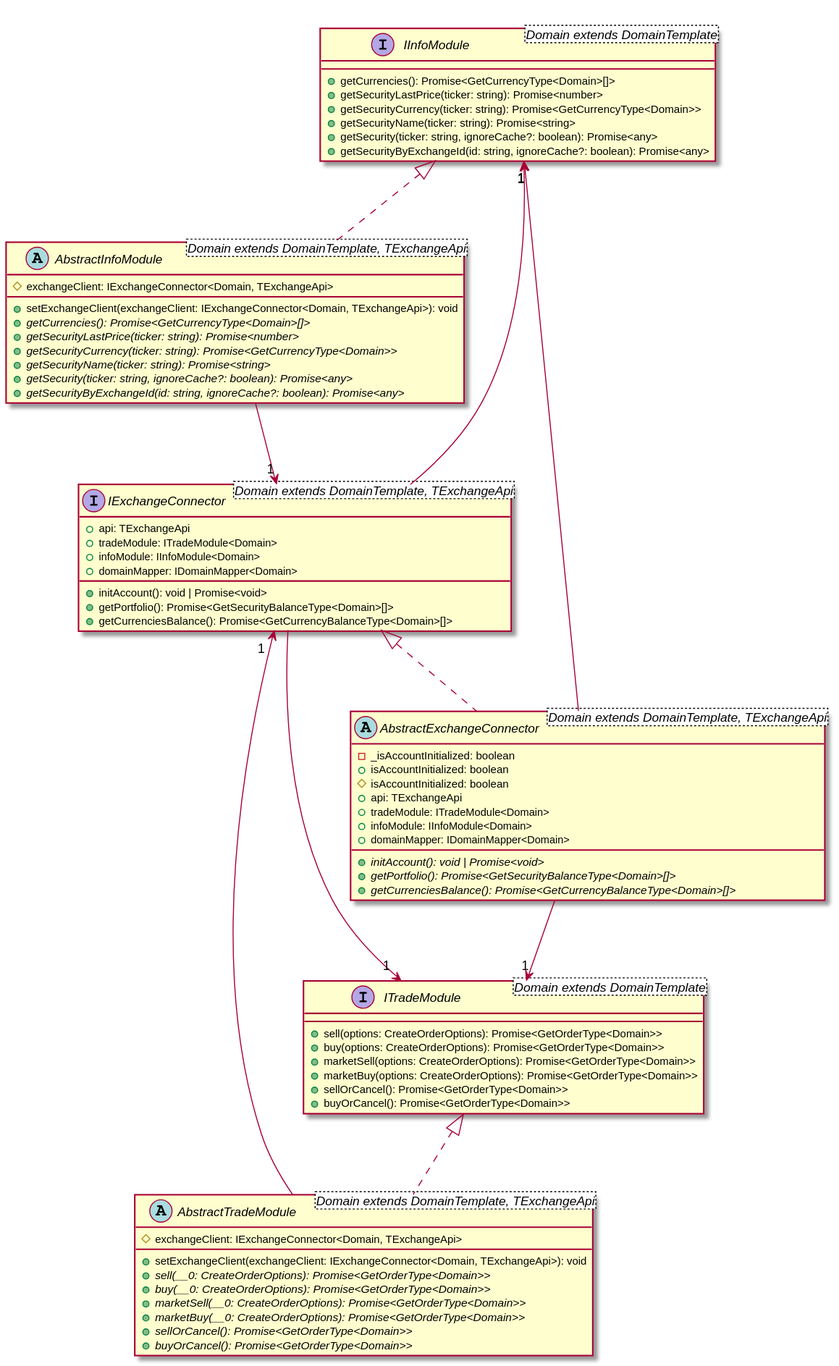
Above: .docs/public/diagrams/connector.svg in d0rich/tradeb0t (PlantUML), before the change.
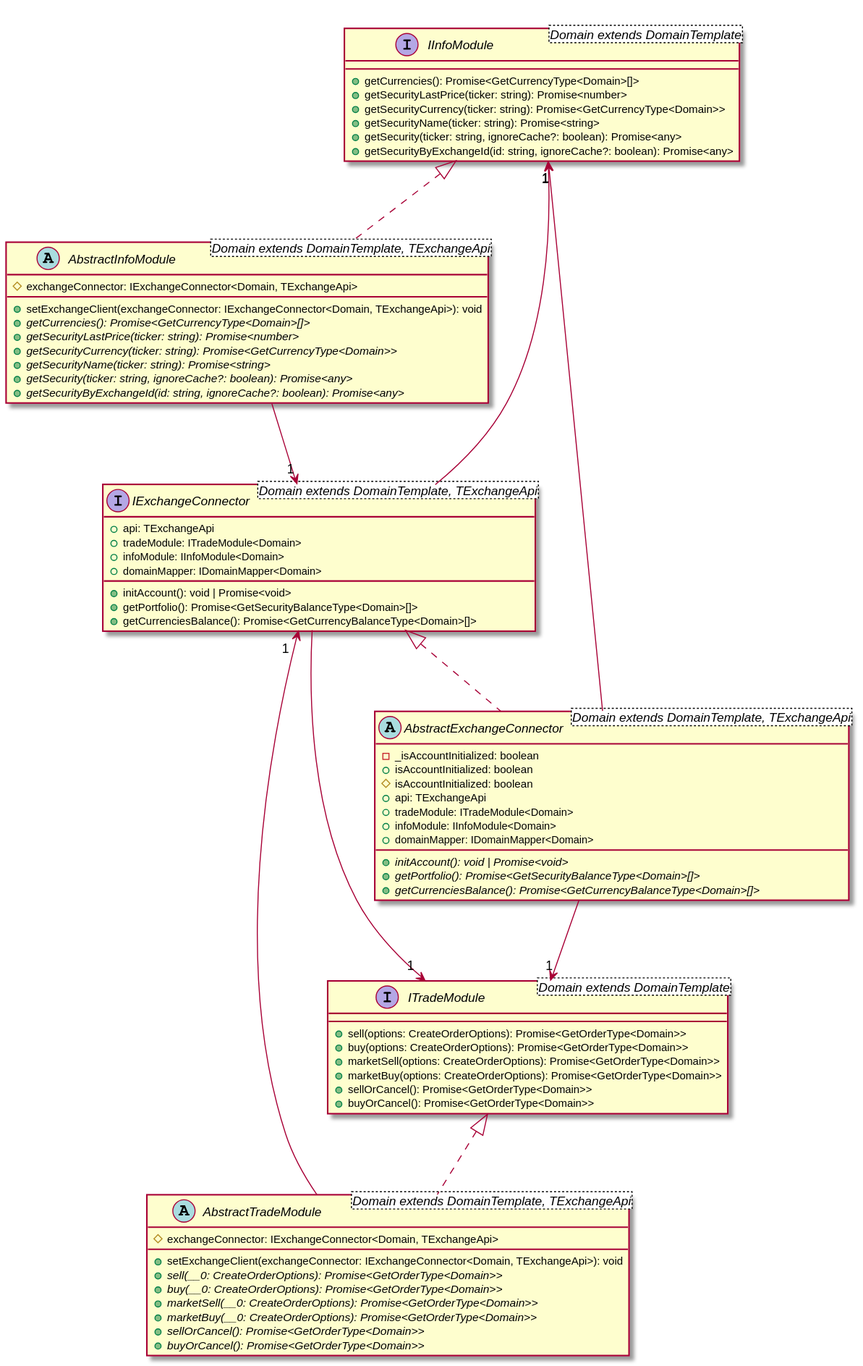
Above is the later version.

The edit, as a diff of the source:
```diff
@@ -25,8 +25,8 @@
     +getCurrenciesBalance(): Promise<GetCurrencyBalanceType<Domain>[]>
 }
 abstract class AbstractInfoModule<Domain extends DomainTemplate, TExchangeApi> implements IInfoModule {
-    #exchangeClient: IExchangeConnector<Domain, TExchangeApi>
-    +setExchangeClient(exchangeClient: IExchangeConnector<Domain, TExchangeApi>): void
+    #exchangeConnector: IExchangeConnector<Domain, TExchangeApi>
+    +setExchangeClient(exchangeConnector: IExchangeConnector<Domain, TExchangeApi>): void
     +{abstract} getCurrencies(): Promise<GetCurrencyType<Domain>[]>
     +{abstract} getSecurityLastPrice(ticker: string): Promise<number>
     +{abstract} getSecurityCurrency(ticker: string): Promise<GetCurrencyType<Domain>>
@@ -35,8 +35,8 @@
     +{abstract} getSecurityByExchangeId(id: string, ignoreCache?: boolean): Promise<any>
 }
 abstract class AbstractTradeModule<Domain extends DomainTemplate, TExchangeApi> implements ITradeModule {
-    #exchangeClient: IExchangeConnector<Domain, TExchangeApi>
-    +setExchangeClient(exchangeClient: IExchangeConnector<Domain, TExchangeApi>): void
+    #exchangeConnector: IExchangeConnector<Domain, TExchangeApi>
+    +setExchangeClient(exchangeConnector: IExchangeConnector<Domain, TExchangeApi>): void
     +{abstract} sell(__0: CreateOrderOptions): Promise<GetOrderType<Domain>>
     +{abstract} buy(__0: CreateOrderOptions): Promise<GetOrderType<Domain>>
     +{abstract} marketSell(__0: CreateOrderOptions): Promise<GetOrderType<Domain>>
```
